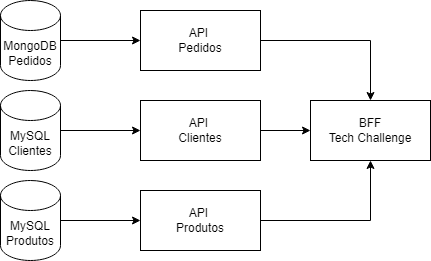
Before: src/assets/arquitetura/flowdatabases.png, a diagram exported from draw.io (miika07/tech-challenge). Source tidied: cells renumbered, new cells last; positions are measured from the earlier drawing's top-left corner, leaving out a move shared by most shapes.
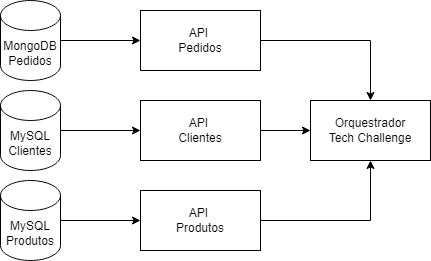
After the change.

The edit, as a diff of the source:
```diff
@@ -20,7 +20,7 @@
     <mxCell id="7" value="API&amp;nbsp;&lt;div&gt;Produtos&lt;/div&gt;" style="rounded=0;whiteSpace=wrap;html=1;" parent="1" vertex="1">
       <mxGeometry x="140" y="190" width="120" height="60" as="geometry" />
     </mxCell>
-    <mxCell id="8" value="BFF&lt;div&gt;Tech Challenge&lt;/div&gt;" style="rounded=0;whiteSpace=wrap;html=1;" parent="1" vertex="1">
+    <mxCell id="8" value="Orquestrador&lt;div&gt;Tech Challenge&lt;/div&gt;" style="rounded=0;whiteSpace=wrap;html=1;" parent="1" vertex="1">
       <mxGeometry x="310" y="100" width="120" height="60" as="geometry" />
     </mxCell>
     <mxCell id="9" style="edgeStyle=orthogonalEdgeStyle;rounded=0;jettySize=auto;html=1;entryX=0;entryY=0.5;entryDx=0;entryDy=0;" parent="1" edge="1" source="10" target="3">
```
